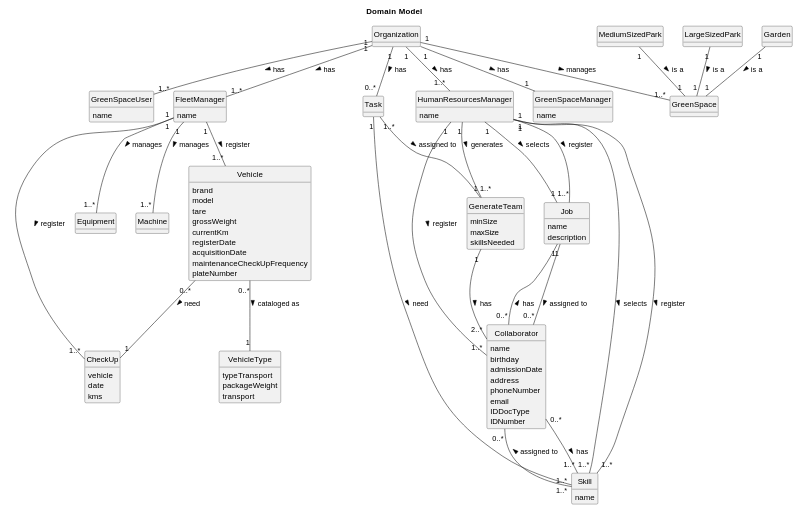
daniel41silva05/ISEP_2023_2024_LAPR2 keeps this PlantUML diagram as docs/sprintA&B&C/global-artifacts/02.analysis/svg/project-domain-model.svg. Above is the earlier version.
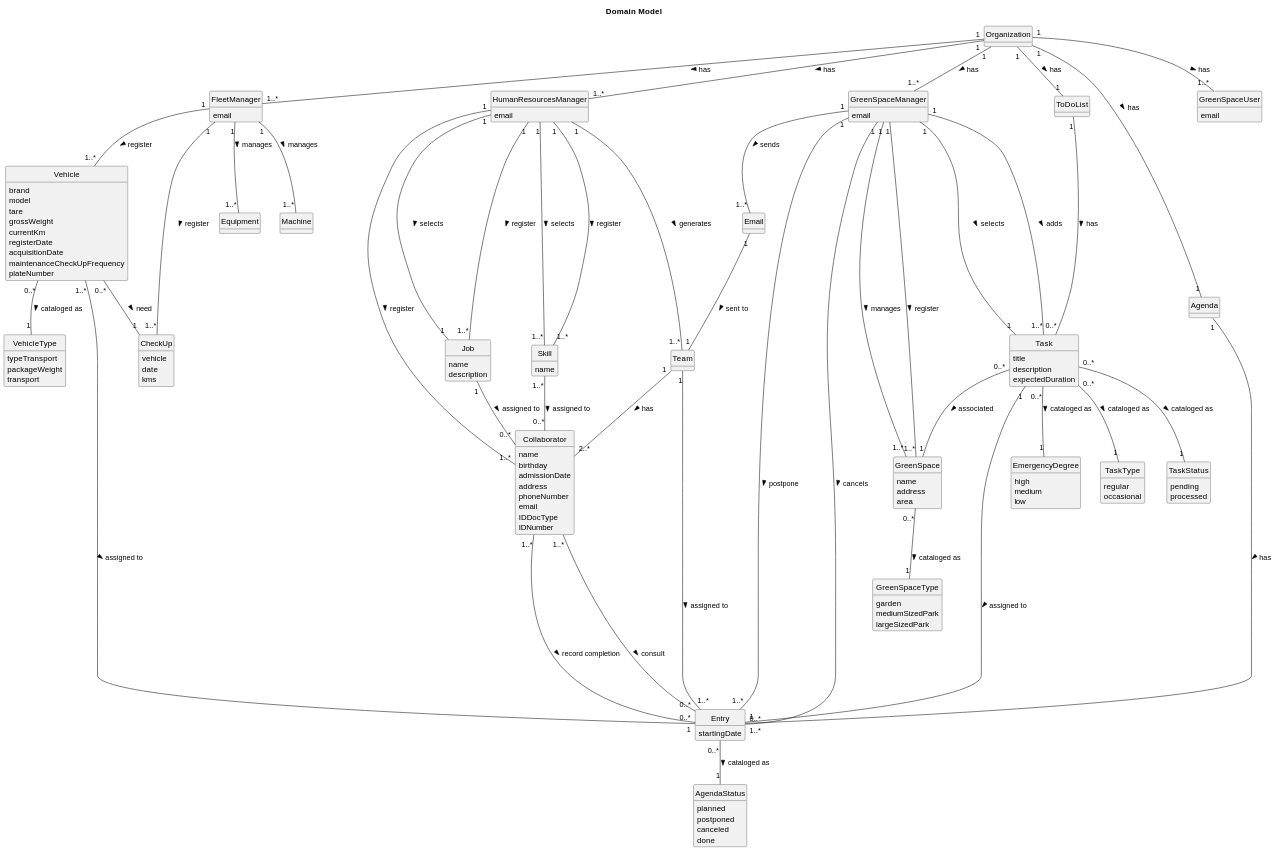
After the commit.

Commit message:
Domain Model + Use Case Diagram

What changed in the source:
```diff
@@ -9,29 +9,20 @@
 
 title Domain Model
 
-class MediumSizedPark {
-}
-class LargeSizedPark {
-}
-class Garden {
-}
-class GreenSpace {
-}
-
 class Organization {
 }
 
 class FleetManager {
-    name
+    email
 }
 class HumanResourcesManager {
-    name
+    email
 }
 class GreenSpaceManager {
-    name
+    email
 }
 class GreenSpaceUser {
-    name
+    email
 }
 
 class Equipment {
@@ -77,41 +68,103 @@
 class Skill {
     name
 }
-class GenerateTeam {
-    minSize
-    maxSize
-    skillsNeeded
+class Team {
+}
+
+class GreenSpace {
+    name
+    address
+    area
+}
+
+enum GreenSpaceType {
+    garden
+    mediumSizedPark
+    largeSizedPark
 }
 
 class Task {
+    title
+    description
+    expectedDuration
 }
 
-Organization "1" -- "1..*" GreenSpace : manages >
-MediumSizedPark "1" -- "1" GreenSpace : is a >
-Garden "1" -- "1" GreenSpace : is a >
-LargeSizedPark "1" -- "1" GreenSpace : is a >
+enum EmergencyDegree {
+    high
+    medium
+    low
+}
+
+enum TaskType {
+    regular
+    occasional
+}
+
+enum TaskStatus {
+    pending
+    processed
+}
+
+class Entry {
+    startingDate
+}
+
+enum AgendaStatus {
+    planned
+    postponed
+    canceled
+    done
+}
+
+class Agenda {
+}
+
+class ToDoList {
+}
+
+class Email {
+}
+
 Organization "1" -- "1..*" FleetManager : has >
 Organization "1" -- "1..*" HumanResourcesManager : has >
-Organization "1" -- "1" GreenSpaceManager : has >
+Organization "1" -- "1..*" GreenSpaceManager : has >
 Organization "1" -- "1..*" GreenSpaceUser : has >
-Collaborator "0..*" -- "1" Job : has >
-Collaborator "0..*" -- "1..*" Skill : has >
-HumanResourcesManager "1" -- "1" Job : selects  >
-HumanResourcesManager "1" -- "1..*" Skill : selects  >
-HumanResourcesManager "1" -- "1..*" Job : register  >
+Organization "1" --- "1" Agenda : has >
+Organization "1" -- "1" ToDoList : has >
+HumanResourcesManager "1" --- "1" Job : selects >
+HumanResourcesManager "1" --- "1..*" Skill : selects >
+HumanResourcesManager "1" --- "1..*" Job : register >
 Job "1" -- "0..*" Collaborator : assigned to >
 Skill "1..*" -- "0..*" Collaborator : assigned to >
-HumanResourcesManager "1" -- "1..*" Collaborator : register >
-HumanResourcesManager "1" -- "1..*" Skill : register >
-HumanResourcesManager "1" -- "1..*" GenerateTeam : generates >
+HumanResourcesManager "1" --- "1..*" Collaborator : register >
+HumanResourcesManager "1" --- "1..*" Skill : register >
+HumanResourcesManager "1" --- "1..*" Team : generates >
 FleetManager "1" -- "1..*" Vehicle : register >
 FleetManager "1" -- "1..*" Equipment : manages >
 FleetManager "1" -- "1..*" Machine : manages >
 FleetManager "1" - "1..*" CheckUp : register >
 Vehicle "0..*" -- "1" CheckUp : need >
 Vehicle "0..*" -- "1" VehicleType : cataloged as >
-GenerateTeam "1" -- "2..*" Collaborator : has >
-Task "1" -- "1..*" Skill : need >
-Organization "1" -- "0..*" Task : has >
-Task "1..*" -- "1" GenerateTeam : assigned to >
+Team "1" -- "2..*" Collaborator : has >
+GreenSpaceManager "1" -- "1..*" GreenSpace : register >
+GreenSpaceManager "1" -- "1..*" GreenSpace : manages >
+GreenSpace "0..*" -- "1" GreenSpaceType : cataloged as >
+Task "0..*" -- "1" GreenSpace : associated >
+ToDoList "1" --- "0..*" Task : has >
+Agenda "1" -- "0..*" Entry : has >
+Entry "0..*" -- "1" AgendaStatus : cataloged as >
+Task "1" -- "1" Entry : assigned to >
+GreenSpaceManager "1" -- "1..*" Task : adds >
+GreenSpaceManager "1" -- "1" Task : selects >
+Task "0..*" -- "1" EmergencyDegree : cataloged as >
+Task "0..*" -- "1" TaskType : cataloged as >
+Task "0..*" -- "1" TaskStatus : cataloged as >
+GreenSpaceManager "1" -- "1..*" Entry : postpone >
+GreenSpaceManager "1" -- "1..*" Entry : cancels >
+GreenSpaceManager "1" -- "1..*" Email : sends >
+Email "1" -- "1" Team : sent to >
+Team "1" -- "1..*" Entry : assigned to >
+Vehicle "1..*" --- "1" Entry : assigned to >
+Collaborator "1..*" ---- "0..*" Entry : consult >
+Collaborator "1..*" --- "0..*" Entry : record completion >
 @enduml
```
